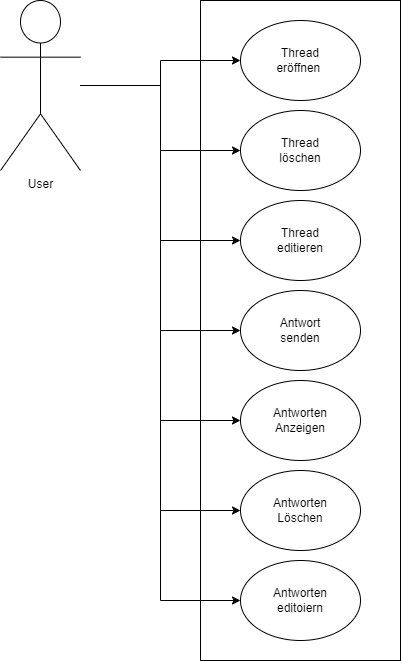
Jelenal1/comunicationsystemSpeer keeps this draw.io diagram as documentation/Use_cases.png. Above is the earlier version. Source tidied: cells renumbered, new cells last; positions are measured from the earlier drawing's top-left corner, leaving out a move shared by most shapes. The source it was exported from:
```xml
<mxGraphModel>
  <root>
    <mxCell id="0" />
    <mxCell id="1" parent="0" />
    <mxCell id="2" style="rounded=0;whiteSpace=wrap;html=1;" parent="1" vertex="1">
      <mxGeometry x="200" width="200" height="660" as="geometry" />
    </mxCell>
    <mxCell id="3" value="Thread &lt;br&gt;eröffnen&amp;nbsp;" style="ellipse;whiteSpace=wrap;html=1;" parent="1" vertex="1">
      <mxGeometry x="240" y="20" width="120" height="80" as="geometry" />
    </mxCell>
    <mxCell id="4" value="Antwort &lt;br&gt;senden" style="ellipse;whiteSpace=wrap;html=1;" parent="1" vertex="1">
      <mxGeometry x="240" y="290" width="120" height="80" as="geometry" />
    </mxCell>
    <mxCell id="5" value="Antworten&lt;br&gt;Anzeigen" style="ellipse;whiteSpace=wrap;html=1;" parent="1" vertex="1">
      <mxGeometry x="240" y="380" width="120" height="80" as="geometry" />
    </mxCell>
    <mxCell id="6" value="Antworten&lt;br&gt;Löschen" style="ellipse;whiteSpace=wrap;html=1;" parent="1" vertex="1">
      <mxGeometry x="240" y="470" width="120" height="80" as="geometry" />
    </mxCell>
    <mxCell id="7" value="Antworten&lt;br&gt;editoiern" style="ellipse;whiteSpace=wrap;html=1;" parent="1" vertex="1">
      <mxGeometry x="240" y="560" width="120" height="80" as="geometry" />
    </mxCell>
    <mxCell id="8" value="Thread &lt;br&gt;löschen" style="ellipse;whiteSpace=wrap;html=1;" parent="1" vertex="1">
      <mxGeometry x="240" y="110" width="120" height="80" as="geometry" />
    </mxCell>
    <mxCell id="9" value="Thread &lt;br&gt;editieren" style="ellipse;whiteSpace=wrap;html=1;" parent="1" vertex="1">
      <mxGeometry x="240" y="200" width="120" height="80" as="geometry" />
    </mxCell>
    <mxCell id="10" style="edgeStyle=orthogonalEdgeStyle;rounded=0;jettySize=auto;html=1;" parent="1" edge="1" source="17" target="3">
      <mxGeometry relative="1" as="geometry" />
    </mxCell>
    <mxCell id="11" style="edgeStyle=orthogonalEdgeStyle;rounded=0;jettySize=auto;html=1;" parent="1" edge="1" source="17" target="8">
      <mxGeometry relative="1" as="geometry" />
    </mxCell>
    <mxCell id="12" style="edgeStyle=orthogonalEdgeStyle;rounded=0;jettySize=auto;html=1;entryX=0;entryY=0.5;entryDx=0;entryDy=0;" parent="1" edge="1" source="17" target="9">
      <mxGeometry relative="1" as="geometry" />
    </mxCell>
    <mxCell id="13" style="edgeStyle=orthogonalEdgeStyle;rounded=0;jettySize=auto;html=1;entryX=0;entryY=0.5;entryDx=0;entryDy=0;" parent="1" edge="1" source="17" target="4">
      <mxGeometry relative="1" as="geometry" />
    </mxCell>
    <mxCell id="14" style="edgeStyle=orthogonalEdgeStyle;rounded=0;jettySize=auto;html=1;entryX=0;entryY=0.5;entryDx=0;entryDy=0;" parent="1" edge="1" source="17" target="5">
      <mxGeometry relative="1" as="geometry" />
    </mxCell>
    <mxCell id="15" style="edgeStyle=orthogonalEdgeStyle;rounded=0;jettySize=auto;html=1;entryX=0;entryY=0.5;entryDx=0;entryDy=0;" parent="1" edge="1" source="17" target="6">
      <mxGeometry relative="1" as="geometry" />
    </mxCell>
    <mxCell id="16" style="edgeStyle=orthogonalEdgeStyle;rounded=0;jettySize=auto;html=1;entryX=0;entryY=0.5;entryDx=0;entryDy=0;" parent="1" edge="1" source="17" target="7">
      <mxGeometry relative="1" as="geometry" />
    </mxCell>
    <mxCell id="17" value="User" style="shape=umlActor;verticalLabelPosition=bottom;verticalAlign=top;html=1;outlineConnect=0;" parent="1" vertex="1">
      <mxGeometry width="80" height="170" as="geometry" />
    </mxCell>
  </root>
</mxGraphModel>
```
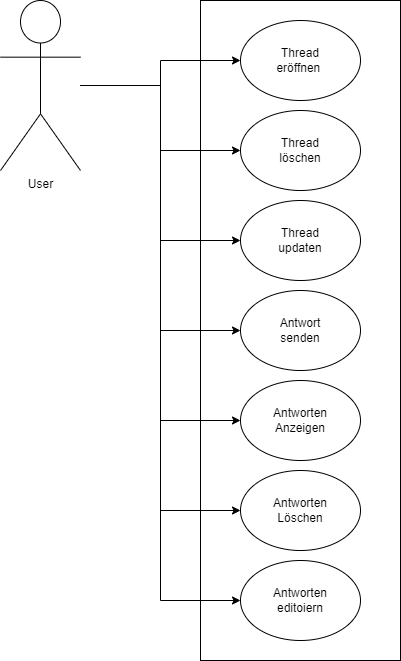
Above is the later version.

Commit message:
It's not editing a thread rather than updating

What changed in the source:
```diff
@@ -23,7 +23,7 @@
     <mxCell id="8" value="Thread &lt;br&gt;löschen" style="ellipse;whiteSpace=wrap;html=1;" parent="1" vertex="1">
       <mxGeometry x="240" y="110" width="120" height="80" as="geometry" />
     </mxCell>
-    <mxCell id="9" value="Thread &lt;br&gt;editieren" style="ellipse;whiteSpace=wrap;html=1;" parent="1" vertex="1">
+    <mxCell id="9" value="Thread &lt;br&gt;updaten" style="ellipse;whiteSpace=wrap;html=1;" parent="1" vertex="1">
       <mxGeometry x="240" y="200" width="120" height="80" as="geometry" />
     </mxCell>
     <mxCell id="10" style="edgeStyle=orthogonalEdgeStyle;rounded=0;jettySize=auto;html=1;" parent="1" edge="1" source="17" target="3">
```
